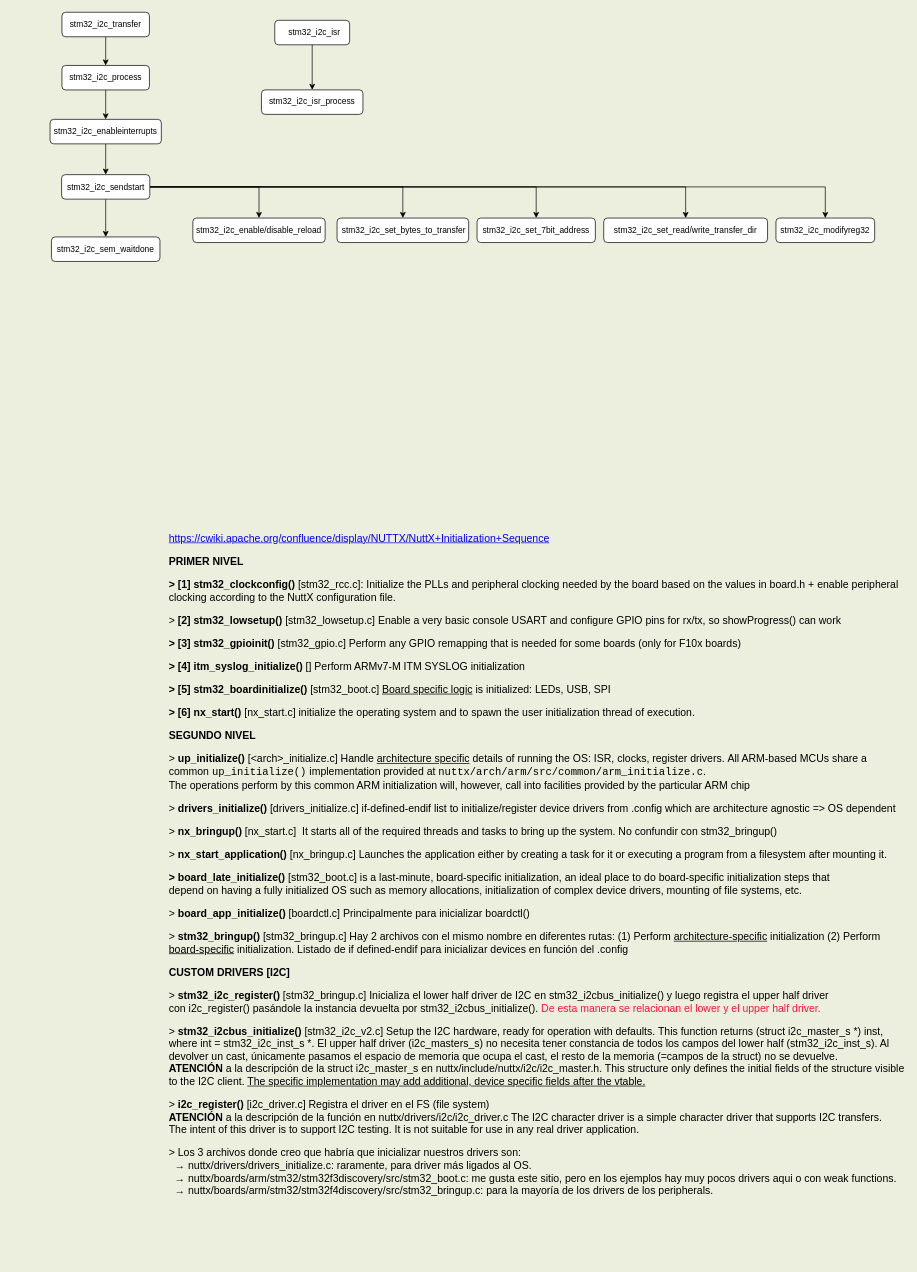
rentzboy/nuttx keeps this draw.io diagram as page "I2C_Protocol" (7 of 7) of NuttxDriversSchema.drawio. Above is the earlier version. Source tidied: cells renumbered, new cells numbered last; positions are measured from the earlier drawing's top-left corner, leaving out a move shared by most shapes. Both pictures are drawn from the tidied source at 70%, with x=0, y=0 at pixel (50, 12).
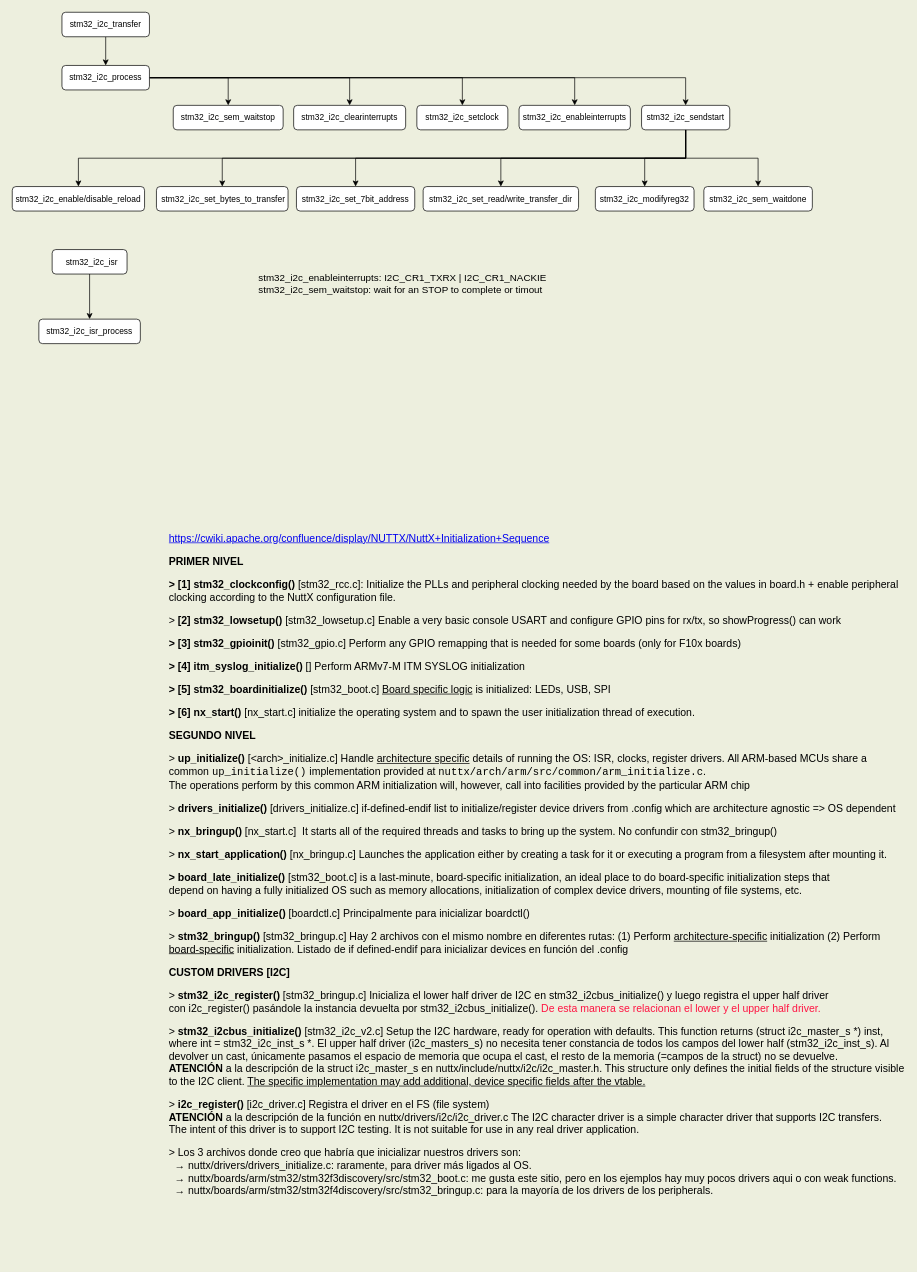
The same page after the edit.

The change refers to these unchanged cells:
```xml
<mxCell id="23" value="stm32_i2c_process" style="whiteSpace=wrap;html=1;rounded=1;" parent="1" vertex="1">
  <mxGeometry x="17" y="76" width="125" height="35" as="geometry" />
</mxCell>
```

The edit, as a diff of the source:
```diff
@@
-    <mxCell id="5" style="edgeStyle=orthogonalEdgeStyle;rounded=0;jettySize=auto;html=1;entryX=0.5;entryY=0;entryDx=0;entryDy=0;" parent="1" edge="1" source="6" target="13">
-      <mxGeometry relative="1" as="geometry" />
-    </mxCell>
     <mxCell id="6" value="stm32_i2c_enableinterrupts" style="whiteSpace=wrap;html=1;rounded=1;" parent="1" vertex="1">
-      <mxGeometry y="153" width="159" height="35" as="geometry" />
+      <mxGeometry x="670" y="133" width="159" height="35" as="geometry" />
     </mxCell>
-    <mxCell id="7" style="edgeStyle=orthogonalEdgeStyle;rounded=0;jettySize=auto;html=1;" parent="1" edge="1" source="13" target="15">
+    <mxCell id="7" style="edgeStyle=orthogonalEdgeStyle;rounded=0;jettySize=auto;html=1;entryX=0.5;entryY=0;entryDx=0;entryDy=0;exitX=0.5;exitY=1;exitDx=0;exitDy=0;" parent="1" edge="1" source="13" target="15">
       <mxGeometry relative="1" as="geometry" />
     </mxCell>
+    <mxCell id="12" style="edgeStyle=orthogonalEdgeStyle;rounded=0;jettySize=auto;html=1;entryX=0.5;entryY=0;entryDx=0;entryDy=0;" parent="1" edge="1" source="13" target="20">
+      <mxGeometry relative="1" as="geometry" />
+    </mxCell>
+    <mxCell id="11" style="edgeStyle=orthogonalEdgeStyle;rounded=0;jettySize=auto;html=1;entryX=0.5;entryY=0;entryDx=0;entryDy=0;" parent="1" edge="1" source="13" target="14">
+      <mxGeometry relative="1" as="geometry" />
+    </mxCell>
+    <mxCell id="10" style="edgeStyle=orthogonalEdgeStyle;rounded=0;jettySize=auto;html=1;exitX=0.5;exitY=1;exitDx=0;exitDy=0;entryX=0.5;entryY=0;entryDx=0;entryDy=0;" parent="1" edge="1" source="13" target="19">
+      <mxGeometry relative="1" as="geometry" />
+    </mxCell>
+    <mxCell id="9" style="edgeStyle=orthogonalEdgeStyle;rounded=0;jettySize=auto;html=1;exitX=0.5;exitY=1;exitDx=0;exitDy=0;entryX=0.5;entryY=0;entryDx=0;entryDy=0;" parent="1" edge="1" source="13" target="21">
+      <mxGeometry relative="1" as="geometry" />
+    </mxCell>
-    <mxCell id="8" style="edgeStyle=orthogonalEdgeStyle;rounded=0;jettySize=auto;html=1;entryX=0.5;entryY=0;entryDx=0;entryDy=0;" parent="1" edge="1" source="13" target="24">
+    <mxCell id="8" style="edgeStyle=orthogonalEdgeStyle;rounded=0;jettySize=auto;html=1;exitX=0.5;exitY=1;exitDx=0;exitDy=0;entryX=0.5;entryY=0;entryDx=0;entryDy=0;" parent="1" edge="1" source="13" target="24">
       <mxGeometry relative="1" as="geometry" />
     </mxCell>
-    <mxCell id="9" style="edgeStyle=orthogonalEdgeStyle;rounded=0;jettySize=auto;html=1;entryX=0.5;entryY=0;entryDx=0;entryDy=0;" parent="1" edge="1" source="13" target="21">
-      <mxGeometry relative="1" as="geometry" />
-    </mxCell>
-    <mxCell id="10" style="edgeStyle=orthogonalEdgeStyle;rounded=0;jettySize=auto;html=1;entryX=0.5;entryY=0;entryDx=0;entryDy=0;" parent="1" edge="1" source="13" target="19">
-      <mxGeometry relative="1" as="geometry" />
-    </mxCell>
-    <mxCell id="11" style="edgeStyle=orthogonalEdgeStyle;rounded=0;jettySize=auto;html=1;entryX=0.5;entryY=0;entryDx=0;entryDy=0;" parent="1" edge="1" source="13" target="14">
-      <mxGeometry relative="1" as="geometry" />
-    </mxCell>
-    <mxCell id="12" style="edgeStyle=orthogonalEdgeStyle;rounded=0;jettySize=auto;html=1;entryX=0.5;entryY=0;entryDx=0;entryDy=0;" parent="1" edge="1" source="13" target="20">
-      <mxGeometry relative="1" as="geometry" />
-    </mxCell>
     <mxCell id="13" value="stm32_i2c_sendstart" style="whiteSpace=wrap;html=1;rounded=1;" parent="1" vertex="1">
-      <mxGeometry x="16.5" y="232" width="126" height="35" as="geometry" />
+      <mxGeometry x="845" y="133" width="126" height="35" as="geometry" />
     </mxCell>
     <mxCell id="14" value="stm32_i2c_modifyreg32" style="whiteSpace=wrap;html=1;rounded=1;" parent="1" vertex="1">
-      <mxGeometry x="1037" y="294" width="141" height="35" as="geometry" />
+      <mxGeometry x="779" y="249" width="141" height="35" as="geometry" />
     </mxCell>
     <mxCell id="15" value="stm32_i2c_enable/disable_reload" style="whiteSpace=wrap;html=1;rounded=1;" parent="1" vertex="1">
-      <mxGeometry x="204" y="294" width="189" height="35" as="geometry" />
+      <mxGeometry x="-54" y="249" width="189" height="35" as="geometry" />
     </mxCell>
     <mxCell id="16" value="stm32_i2c_isr_process" style="whiteSpace=wrap;html=1;rounded=1;" parent="1" vertex="1">
-      <mxGeometry x="302" y="110.9" width="145" height="35" as="geometry" />
+      <mxGeometry x="-16" y="438.4" width="145" height="35" as="geometry" />
     </mxCell>
@@
     <mxCell id="18" value="&amp;nbsp; stm32_i2c_isr" style="whiteSpace=wrap;html=1;rounded=1;" parent="1" vertex="1">
-      <mxGeometry x="321" y="11.5" width="107" height="35" as="geometry" />
+      <mxGeometry x="3" y="339" width="107" height="35" as="geometry" />
     </mxCell>
     <mxCell id="19" value="stm32_i2c_set_read/write_transfer_dir" style="whiteSpace=wrap;html=1;rounded=1;" parent="1" vertex="1">
-      <mxGeometry x="791" y="294" width="234" height="35" as="geometry" />
+      <mxGeometry x="533" y="249" width="222" height="35" as="geometry" />
     </mxCell>
     <mxCell id="20" value="stm32_i2c_sem_waitdone" style="whiteSpace=wrap;html=1;rounded=1;" parent="1" vertex="1">
-      <mxGeometry x="2" y="321" width="155" height="35" as="geometry" />
+      <mxGeometry x="934" y="249" width="155" height="35" as="geometry" />
     </mxCell>
     <mxCell id="21" value="stm32_i2c_set_7bit_address" style="whiteSpace=wrap;html=1;rounded=1;" parent="1" vertex="1">
-      <mxGeometry x="610" y="294" width="169" height="35" as="geometry" />
+      <mxGeometry x="352" y="249" width="169" height="35" as="geometry" />
     </mxCell>
@@
+    <mxCell id="25" style="edgeStyle=orthogonalEdgeStyle;rounded=0;jettySize=auto;html=1;entryX=0.5;entryY=0;entryDx=0;entryDy=0;" parent="1" edge="1" source="23" target="29">
+      <mxGeometry relative="1" as="geometry" />
+    </mxCell>
+    <mxCell id="26" style="edgeStyle=orthogonalEdgeStyle;rounded=0;jettySize=auto;html=1;entryX=0.5;entryY=0;entryDx=0;entryDy=0;" parent="1" edge="1" source="23" target="31">
+      <mxGeometry relative="1" as="geometry" />
+    </mxCell>
+    <mxCell id="27" style="edgeStyle=orthogonalEdgeStyle;rounded=0;jettySize=auto;html=1;entryX=0.5;entryY=0;entryDx=0;entryDy=0;" parent="1" edge="1" source="23" target="30">
+      <mxGeometry relative="1" as="geometry" />
+    </mxCell>
+    <mxCell id="28" style="edgeStyle=orthogonalEdgeStyle;rounded=0;jettySize=auto;html=1;entryX=0.5;entryY=0;entryDx=0;entryDy=0;" parent="1" edge="1" source="23" target="13">
+      <mxGeometry relative="1" as="geometry" />
+    </mxCell>
@@
     <mxCell id="24" value="&amp;nbsp;stm32_i2c_set_bytes_to_transfer" style="whiteSpace=wrap;html=1;rounded=1;" parent="1" vertex="1">
-      <mxGeometry x="410" y="294" width="188" height="35" as="geometry" />
+      <mxGeometry x="152" y="249" width="188" height="35" as="geometry" />
     </mxCell>
+    <mxCell id="29" value="stm32_i2c_sem_waitstop" style="whiteSpace=wrap;html=1;rounded=1;" parent="1" vertex="1">
+      <mxGeometry x="176" y="133" width="157" height="35" as="geometry" />
+    </mxCell>
+    <mxCell id="30" value="stm32_i2c_setclock" style="whiteSpace=wrap;html=1;rounded=1;" parent="1" vertex="1">
+      <mxGeometry x="524" y="133" width="130" height="35" as="geometry" />
+    </mxCell>
+    <mxCell id="31" value="stm32_i2c_clearinterrupts" style="whiteSpace=wrap;html=1;rounded=1;" parent="1" vertex="1">
+      <mxGeometry x="348" y="133" width="160" height="35" as="geometry" />
+    </mxCell>
+    <mxCell id="32" value="stm32_i2c_enableinterrupts: I2C_CR1_TXRX | I2C_CR1_NACKIE&#10;stm32_i2c_sem_waitstop: wait for an STOP to complete or timout" style="text;whiteSpace=wrap;fontSize=14;" parent="1" vertex="1">
+      <mxGeometry x="296" y="365" width="626" height="221" as="geometry" />
+    </mxCell>
```
